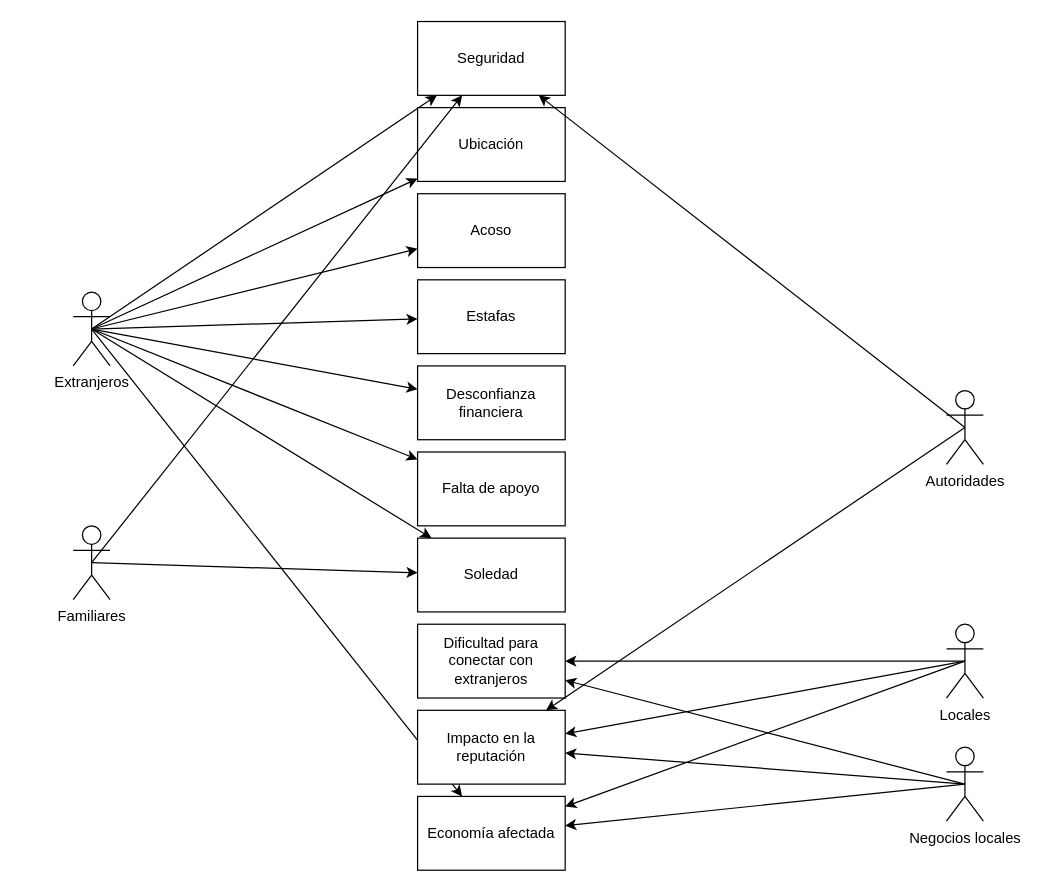
Earlier version of the draw.io diagram dolores.drawio (luislealdev/red-ayuda). Source tidied: cells renumbered, new cells numbered last; positions are measured from the earlier drawing's top-left corner, leaving out a move shared by most shapes. Both pictures are drawn from the tidied source at 123%, with x=0, y=0 at pixel (73, 21).
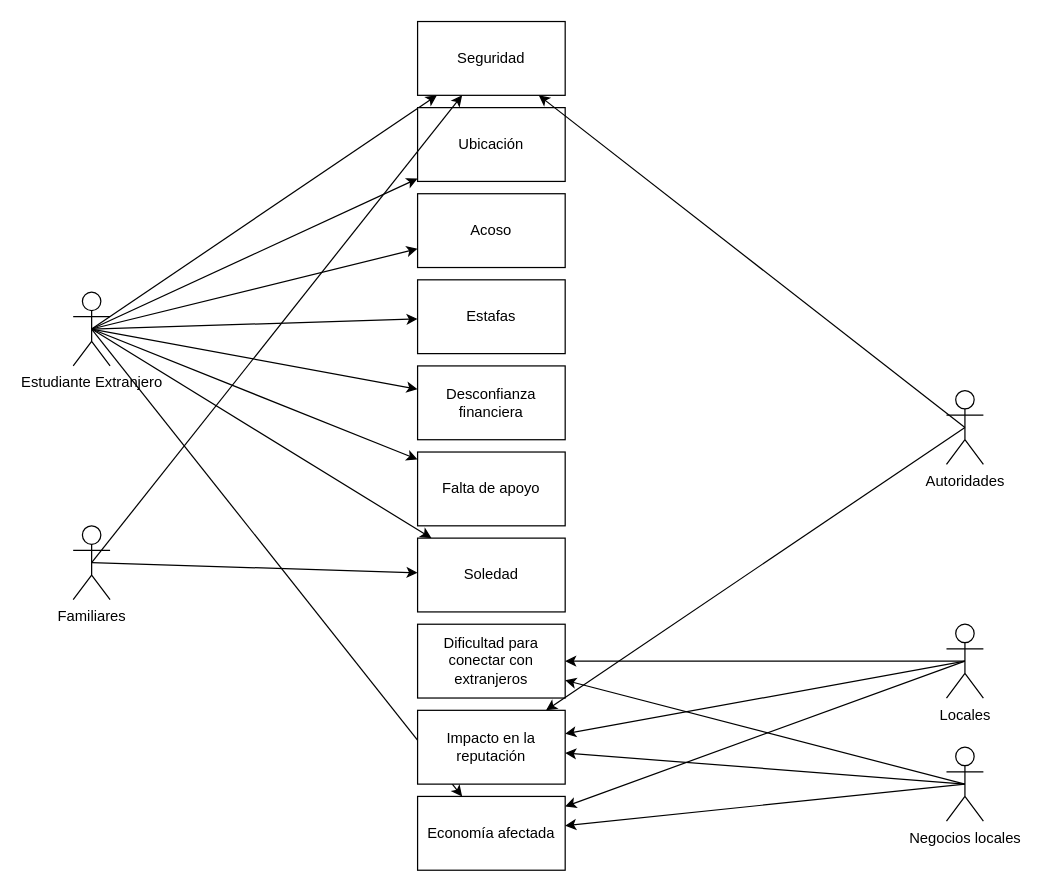
The same page after the edit.

The edit, as a diff of the source:
```diff
@@
-    <mxCell id="10" value="Extranjeros" style="shape=umlActor;verticalLabelPosition=bottom;verticalAlign=top;html=1;outlineConnect=0;" parent="1" vertex="1">
+    <mxCell id="10" value="Estudiante Extranjero" style="shape=umlActor;verticalLabelPosition=bottom;verticalAlign=top;html=1;outlineConnect=0;" parent="1" vertex="1">
       <mxGeometry y="220" width="30" height="60" as="geometry" />
     </mxCell>
```
